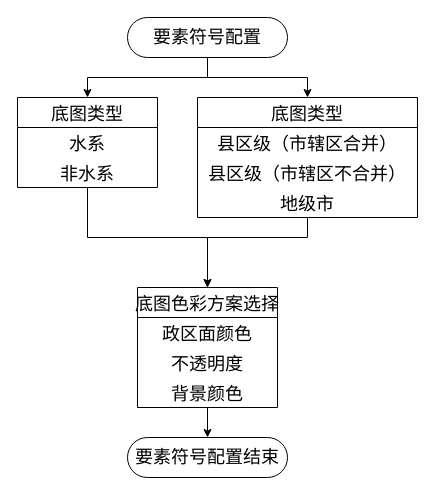
This is page "Page-16" (16 of 19) of Untitled Diagram.drawio from lz-tc/lz-tc.github.io, a draw.io file, before an edit. Source tidied: cells renumbered, new cells numbered last; positions are measured from the earlier drawing's top-left corner, leaving out a move shared by most shapes. Both pictures are drawn from the tidied source at 100%, with x=0, y=0 at pixel (17, 17).
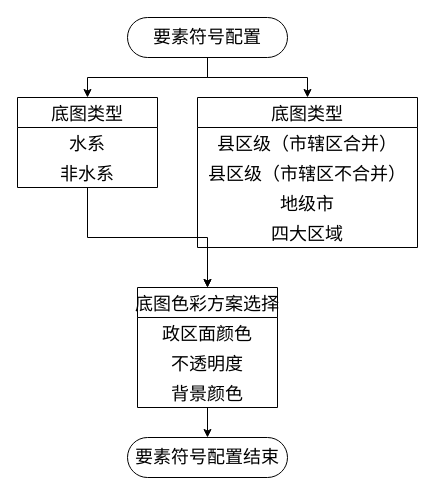
The same page after the edit.

Diff of the diagram source:
```diff
@@
     <mxCell id="10" value="底图类型" style="swimlane;fontStyle=0;horizontal=1;startSize=30;fontSize=18;" parent="1" vertex="1">
-      <mxGeometry x="180" y="80" width="220" height="120" as="geometry" />
+      <mxGeometry x="180" y="80" width="220" height="150" as="geometry" />
     </mxCell>
@@
+    <mxCell id="20" value="四大区域" style="text;strokeColor=none;fillColor=none;align=center;verticalAlign=middle;spacingLeft=4;spacingRight=4;overflow=hidden;fontSize=18;" parent="10" vertex="1">
+      <mxGeometry y="120" width="220" height="30" as="geometry" />
+    </mxCell>
```
